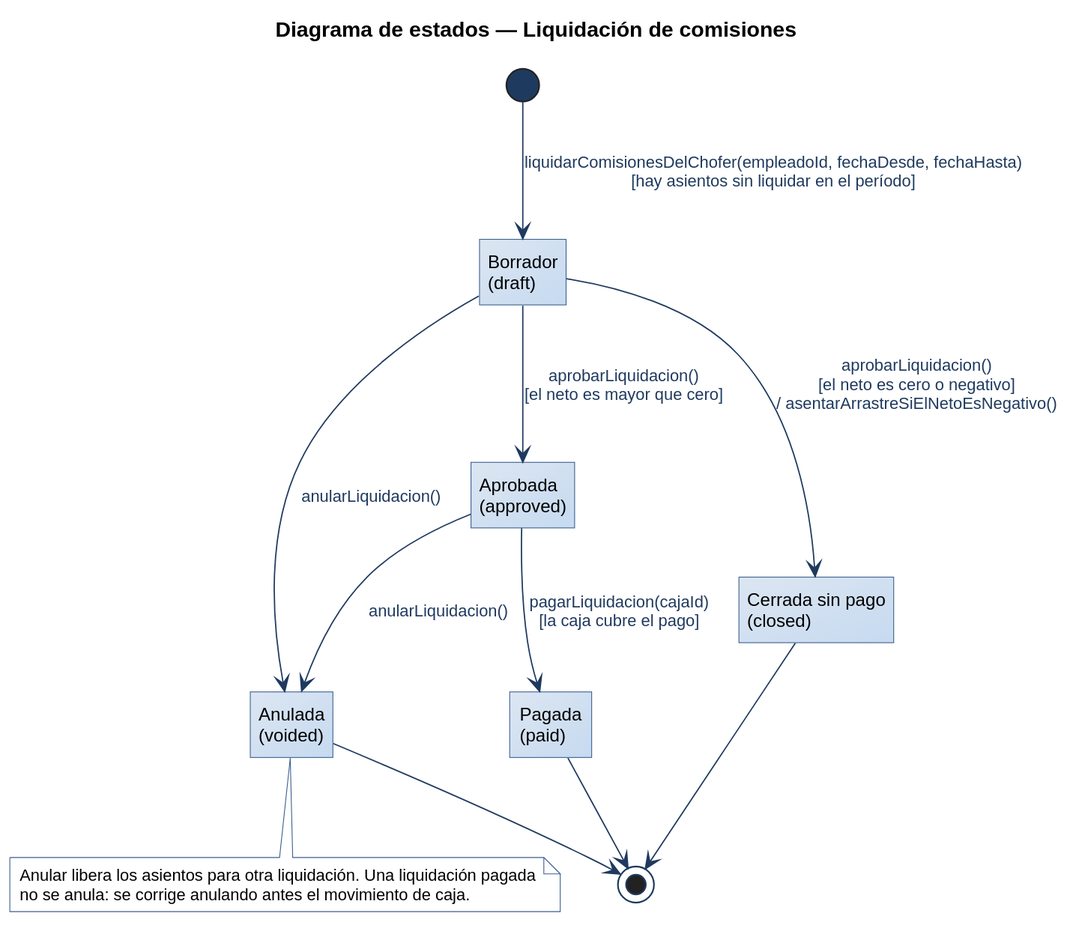
The PlantUML diagram diagramas/uml/UML_Estados_LiquidacionComisiones.svg in Nahuelito-Dev/splg-docs, before a commit.
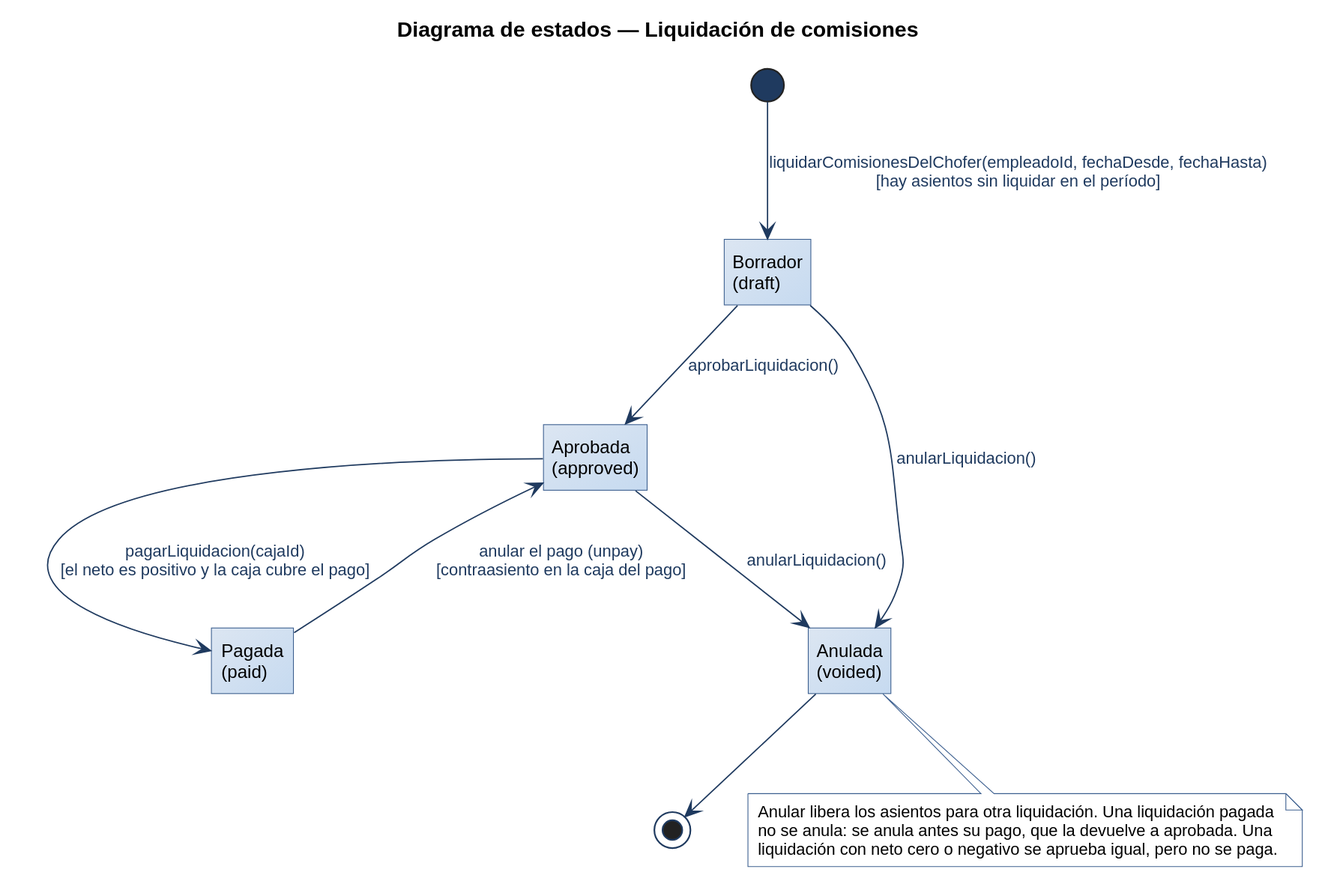
The same file after the commit.

The edit, as a diff of the source:
```diff
@@ -5,21 +5,19 @@
 state "Borrador\n(draft)" as BOR
 state "Aprobada\n(approved)" as APR
 state "Pagada\n(paid)" as PAG
-state "Cerrada sin pago\n(closed)" as CIE
 state "Anulada\n(voided)" as ANU
 
 [*] --> BOR : liquidarComisionesDelChofer(empleadoId, fechaDesde, fechaHasta)\n[hay asientos sin liquidar en el período]
-BOR --> APR : aprobarLiquidacion()\n[el neto es mayor que cero]
-BOR --> CIE : aprobarLiquidacion()\n[el neto es cero o negativo]\n/ asentarArrastreSiElNetoEsNegativo()
-APR --> PAG : pagarLiquidacion(cajaId)\n[la caja cubre el pago]
+BOR --> APR : aprobarLiquidacion()
+APR --> PAG : pagarLiquidacion(cajaId)\n[el neto es positivo y la caja cubre el pago]
+PAG --> APR : anular el pago (unpay)\n[contraasiento en la caja del pago]
 BOR --> ANU : anularLiquidacion()
 APR --> ANU : anularLiquidacion()
-PAG --> [*]
-CIE --> [*]
 ANU --> [*]
 
 note bottom of ANU
   Anular libera los asientos para otra liquidación. Una liquidación pagada
-  no se anula: se corrige anulando antes el movimiento de caja.
+  no se anula: se anula antes su pago, que la devuelve a aprobada. Una
+  liquidación con neto cero o negativo se aprueba igual, pero no se paga.
 end note
 @enduml
```
